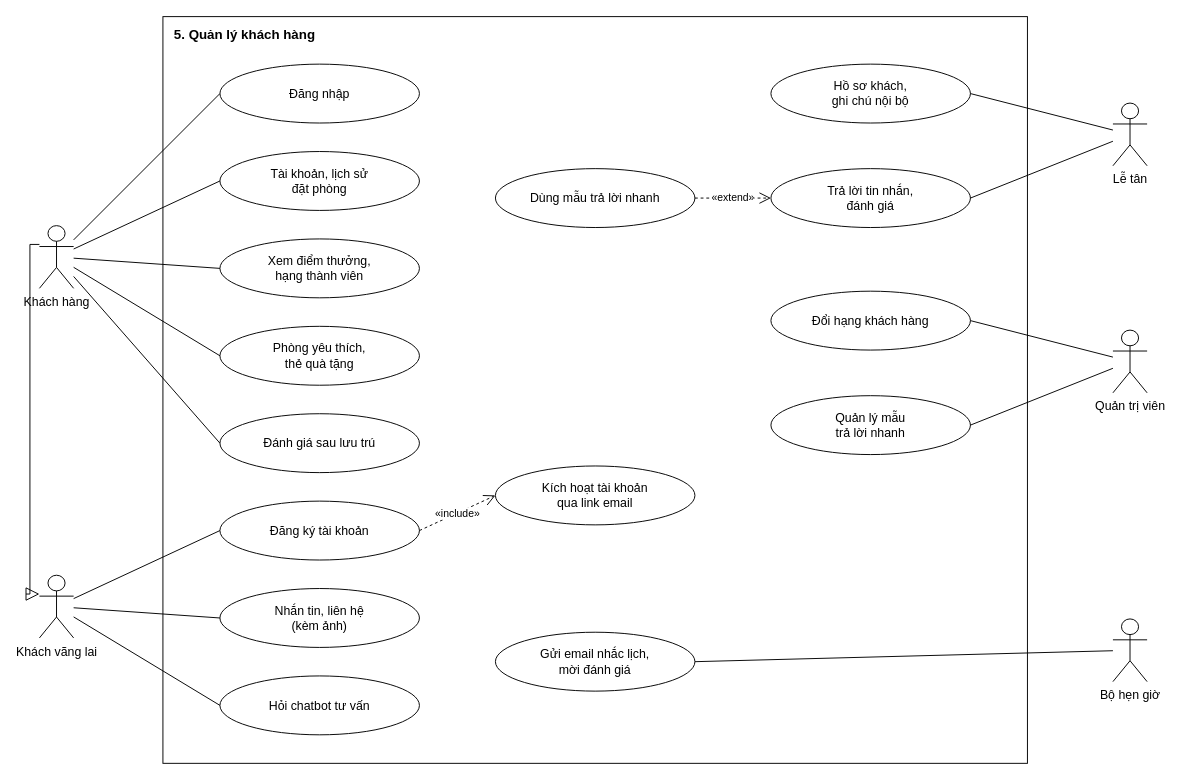
Above: docs/use-case/ucn5-khach-hang.drawio in ngynquchn2511/beach-hotel (draw.io), before the change. Source tidied: cells renumbered, new cells numbered last; positions are measured from the earlier drawing's top-left corner, leaving out a move shared by most shapes. Both pictures are drawn from the tidied source at 95%, with x=0, y=0 at pixel (39, 16).
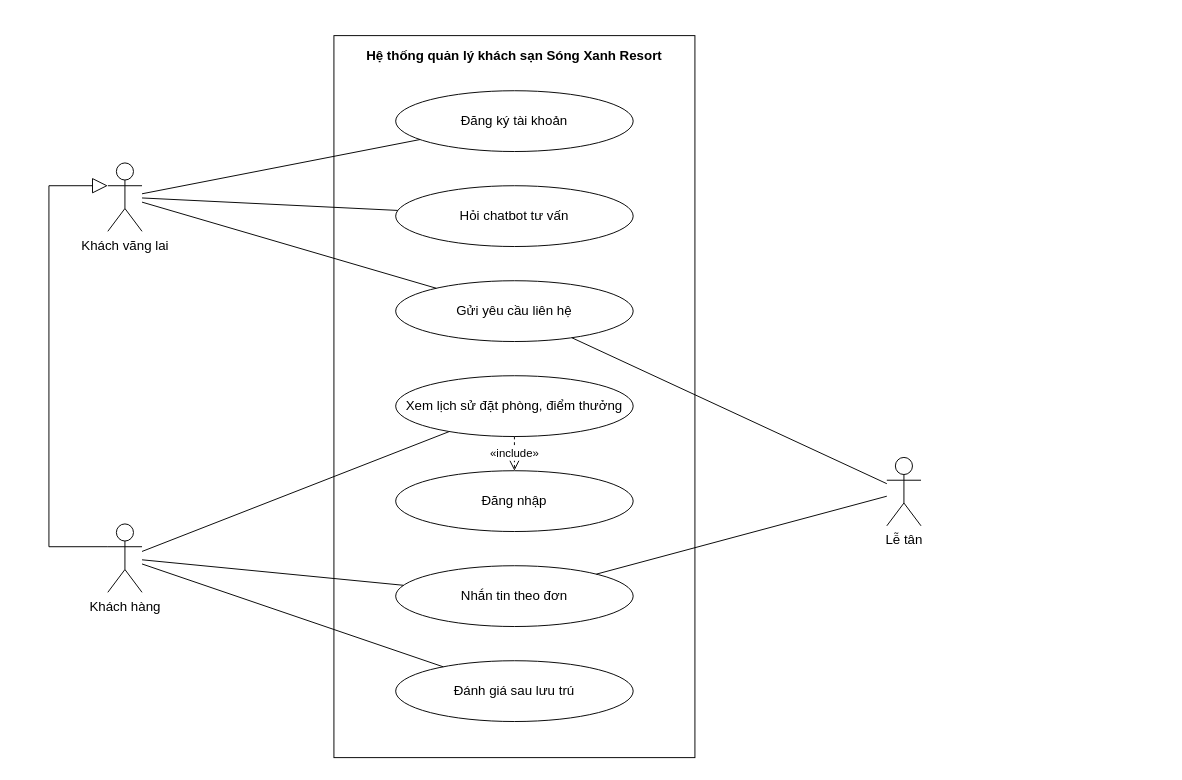
The same diagram, later.

The edit, as a diff of the source:
```diff
@@
-<mxGraphModel>
+<mxGraphModel background="#FFFFFF">
@@
-    <mxCell id="2" value="5. Quản lý khách hàng" style="fontFamily=Arial;fontColor=#000000;rounded=0;whiteSpace=wrap;html=1;fillColor=none;strokeColor=#000000;verticalAlign=top;align=left;spacingLeft=10;spacingTop=4;fontStyle=1;fontSize=14;" parent="1" vertex="1">
-      <mxGeometry x="130" width="910" height="786" as="geometry" />
-    </mxCell>
+    <mxCell id="39" value="Hệ thống quản lý khách sạn Sóng Xanh Resort" style="fontFamily=Arial;fontColor=#000000;rounded=0;whiteSpace=wrap;html=1;verticalAlign=top;fontStyle=1;fontSize=14;fillColor=none;strokeColor=#000000;spacingTop=6;" parent="1" vertex="1">
+      <mxGeometry x="310" y="20" width="380" height="760" as="geometry" />
+    </mxCell>
+    <mxCell id="8" value="Đăng ký tài khoản" style="fontFamily=Arial;fontColor=#000000;ellipse;whiteSpace=wrap;html=1;fillColor=#FFFFFF;strokeColor=#000000;fontSize=14;" parent="1" vertex="1">
+      <mxGeometry x="375" y="78" width="250" height="64" as="geometry" />
+    </mxCell>
+    <mxCell id="10" value="Hỏi chatbot tư vấn" style="fontFamily=Arial;fontColor=#000000;ellipse;whiteSpace=wrap;html=1;fillColor=#FFFFFF;strokeColor=#000000;fontSize=14;" parent="1" vertex="1">
+      <mxGeometry x="375" y="178" width="250" height="64" as="geometry" />
+    </mxCell>
+    <mxCell id="40" value="Gửi yêu cầu liên hệ" style="fontFamily=Arial;fontColor=#000000;ellipse;whiteSpace=wrap;html=1;fillColor=#FFFFFF;strokeColor=#000000;fontSize=14;" parent="1" vertex="1">
+      <mxGeometry x="375" y="278" width="250" height="64" as="geometry" />
+    </mxCell>
+    <mxCell id="41" value="Xem lịch sử đặt phòng, điểm thưởng" style="fontFamily=Arial;fontColor=#000000;ellipse;whiteSpace=wrap;html=1;fillColor=#FFFFFF;strokeColor=#000000;fontSize=14;" parent="1" vertex="1">
+      <mxGeometry x="375" y="378" width="250" height="64" as="geometry" />
+    </mxCell>
-    <mxCell id="3" value="Đăng nhập" style="fontFamily=Arial;fontColor=#000000;ellipse;whiteSpace=wrap;html=1;fillColor=#FFFFFF;strokeColor=#000000;fontSize=13;" parent="1" vertex="1">
-      <mxGeometry x="190" y="50" width="210" height="62" as="geometry" />
+    <mxCell id="3" value="Đăng nhập" style="fontFamily=Arial;fontColor=#000000;ellipse;whiteSpace=wrap;html=1;fillColor=#FFFFFF;strokeColor=#000000;fontSize=14;" parent="1" vertex="1">
+      <mxGeometry x="375" y="478" width="250" height="64" as="geometry" />
     </mxCell>
-    <mxCell id="4" value="Tài khoản, lịch sử&lt;br&gt;đặt phòng" style="fontFamily=Arial;fontColor=#000000;ellipse;whiteSpace=wrap;html=1;fillColor=#FFFFFF;strokeColor=#000000;fontSize=13;" parent="1" vertex="1">
-      <mxGeometry x="190" y="142" width="210" height="62" as="geometry" />
-    </mxCell>
-    <mxCell id="5" value="Xem điểm thưởng,&lt;br&gt;hạng thành viên" style="fontFamily=Arial;fontColor=#000000;ellipse;whiteSpace=wrap;html=1;fillColor=#FFFFFF;strokeColor=#000000;fontSize=13;" parent="1" vertex="1">
-      <mxGeometry x="190" y="234" width="210" height="62" as="geometry" />
-    </mxCell>
-    <mxCell id="6" value="Phòng yêu thích,&lt;br&gt;thẻ quà tặng" style="fontFamily=Arial;fontColor=#000000;ellipse;whiteSpace=wrap;html=1;fillColor=#FFFFFF;strokeColor=#000000;fontSize=13;" parent="1" vertex="1">
-      <mxGeometry x="190" y="326" width="210" height="62" as="geometry" />
-    </mxCell>
+    <mxCell id="42" value="Nhắn tin theo đơn" style="fontFamily=Arial;fontColor=#000000;ellipse;whiteSpace=wrap;html=1;fillColor=#FFFFFF;strokeColor=#000000;fontSize=14;" parent="1" vertex="1">
+      <mxGeometry x="375" y="578" width="250" height="64" as="geometry" />
+    </mxCell>
-    <mxCell id="7" value="Đánh giá sau lưu trú" style="fontFamily=Arial;fontColor=#000000;ellipse;whiteSpace=wrap;html=1;fillColor=#FFFFFF;strokeColor=#000000;fontSize=13;" parent="1" vertex="1">
-      <mxGeometry x="190" y="418" width="210" height="62" as="geometry" />
+    <mxCell id="7" value="Đánh giá sau lưu trú" style="fontFamily=Arial;fontColor=#000000;ellipse;whiteSpace=wrap;html=1;fillColor=#FFFFFF;strokeColor=#000000;fontSize=14;" parent="1" vertex="1">
+      <mxGeometry x="375" y="678" width="250" height="64" as="geometry" />
     </mxCell>
-    <mxCell id="8" value="Đăng ký tài khoản" style="fontFamily=Arial;fontColor=#000000;ellipse;whiteSpace=wrap;html=1;fillColor=#FFFFFF;strokeColor=#000000;fontSize=13;" parent="1" vertex="1">
-      <mxGeometry x="190" y="510" width="210" height="62" as="geometry" />
-    </mxCell>
-    <mxCell id="9" value="Nhắn tin, liên hệ&lt;br&gt;(kèm ảnh)" style="fontFamily=Arial;fontColor=#000000;ellipse;whiteSpace=wrap;html=1;fillColor=#FFFFFF;strokeColor=#000000;fontSize=13;" parent="1" vertex="1">
-      <mxGeometry x="190" y="602" width="210" height="62" as="geometry" />
-    </mxCell>
-    <mxCell id="10" value="Hỏi chatbot tư vấn" style="fontFamily=Arial;fontColor=#000000;ellipse;whiteSpace=wrap;html=1;fillColor=#FFFFFF;strokeColor=#000000;fontSize=13;" parent="1" vertex="1">
-      <mxGeometry x="190" y="694" width="210" height="62" as="geometry" />
-    </mxCell>
-    <mxCell id="11" value="Dùng mẫu trả lời nhanh" style="fontFamily=Arial;fontColor=#000000;ellipse;whiteSpace=wrap;html=1;fillColor=#FFFFFF;strokeColor=#000000;fontSize=13;" parent="1" vertex="1">
-      <mxGeometry x="480" y="160" width="210" height="62" as="geometry" />
-    </mxCell>
-    <mxCell id="12" value="Kích hoạt tài khoản&lt;br&gt;qua link email" style="fontFamily=Arial;fontColor=#000000;ellipse;whiteSpace=wrap;html=1;fillColor=#FFFFFF;strokeColor=#000000;fontSize=13;" parent="1" vertex="1">
-      <mxGeometry x="480" y="473" width="210" height="62" as="geometry" />
-    </mxCell>
-    <mxCell id="13" value="Gửi email nhắc lịch,&lt;br&gt;mời đánh giá" style="fontFamily=Arial;fontColor=#000000;ellipse;whiteSpace=wrap;html=1;fillColor=#FFFFFF;strokeColor=#000000;fontSize=13;" parent="1" vertex="1">
-      <mxGeometry x="480" y="648" width="210" height="62" as="geometry" />
-    </mxCell>
-    <mxCell id="14" value="Hồ sơ khách,&lt;br&gt;ghi chú nội bộ" style="fontFamily=Arial;fontColor=#000000;ellipse;whiteSpace=wrap;html=1;fillColor=#FFFFFF;strokeColor=#000000;fontSize=13;" parent="1" vertex="1">
-      <mxGeometry x="770" y="50" width="210" height="62" as="geometry" />
-    </mxCell>
-    <mxCell id="15" value="Trả lời tin nhắn,&lt;br&gt;đánh giá" style="fontFamily=Arial;fontColor=#000000;ellipse;whiteSpace=wrap;html=1;fillColor=#FFFFFF;strokeColor=#000000;fontSize=13;" parent="1" vertex="1">
-      <mxGeometry x="770" y="160" width="210" height="62" as="geometry" />
-    </mxCell>
-    <mxCell id="16" value="Đổi hạng khách hàng" style="fontFamily=Arial;fontColor=#000000;ellipse;whiteSpace=wrap;html=1;fillColor=#FFFFFF;strokeColor=#000000;fontSize=13;" parent="1" vertex="1">
-      <mxGeometry x="770" y="289" width="210" height="62" as="geometry" />
-    </mxCell>
-    <mxCell id="17" value="Quản lý mẫu&lt;br&gt;trả lời nhanh" style="fontFamily=Arial;fontColor=#000000;ellipse;whiteSpace=wrap;html=1;fillColor=#FFFFFF;strokeColor=#000000;fontSize=13;" parent="1" vertex="1">
-      <mxGeometry x="770" y="399" width="210" height="62" as="geometry" />
-    </mxCell>
+    <mxCell id="24" value="Khách vãng lai" style="fontFamily=Arial;fontColor=#000000;shape=umlActor;verticalLabelPosition=bottom;verticalAlign=top;html=1;outlineConnect=0;fillColor=#FFFFFF;strokeColor=#000000;fontSize=14;" parent="1" vertex="1">
+      <mxGeometry x="72" y="154" width="36" height="72" as="geometry" />
+    </mxCell>
-    <mxCell id="18" value="Khách hàng" style="fontFamily=Arial;fontColor=#000000;shape=umlActor;verticalLabelPosition=bottom;verticalAlign=top;html=1;outlineConnect=0;fillColor=#FFFFFF;strokeColor=#000000;fontSize=13;" parent="1" vertex="1">
-      <mxGeometry y="220" width="36" height="66" as="geometry" />
+    <mxCell id="18" value="Khách hàng" style="fontFamily=Arial;fontColor=#000000;shape=umlActor;verticalLabelPosition=bottom;verticalAlign=top;html=1;outlineConnect=0;fillColor=#FFFFFF;strokeColor=#000000;fontSize=14;" parent="1" vertex="1">
+      <mxGeometry x="72" y="534" width="36" height="72" as="geometry" />
     </mxCell>
-    <mxCell id="19" style="fontFamily=Arial;fontColor=#000000;endArrow=none;html=1;strokeColor=#000000;entryX=0;entryY=0.5;entryDx=0;entryDy=0;" parent="1" edge="1" source="18" target="3">
-      <mxGeometry relative="1" as="geometry" />
-    </mxCell>
-    <mxCell id="20" style="fontFamily=Arial;fontColor=#000000;endArrow=none;html=1;strokeColor=#000000;entryX=0;entryY=0.5;entryDx=0;entryDy=0;" parent="1" edge="1" source="18" target="4">
-      <mxGeometry relative="1" as="geometry" />
-    </mxCell>
-    <mxCell id="21" style="fontFamily=Arial;fontColor=#000000;endArrow=none;html=1;strokeColor=#000000;entryX=0;entryY=0.5;entryDx=0;entryDy=0;" parent="1" edge="1" source="18" target="5">
-      <mxGeometry relative="1" as="geometry" />
-    </mxCell>
-    <mxCell id="22" style="fontFamily=Arial;fontColor=#000000;endArrow=none;html=1;strokeColor=#000000;entryX=0;entryY=0.5;entryDx=0;entryDy=0;" parent="1" edge="1" source="18" target="6">
-      <mxGeometry relative="1" as="geometry" />
-    </mxCell>
+    <mxCell id="28" value="Lễ tân" style="fontFamily=Arial;fontColor=#000000;shape=umlActor;verticalLabelPosition=bottom;verticalAlign=top;html=1;outlineConnect=0;fillColor=#FFFFFF;strokeColor=#000000;fontSize=14;" parent="1" vertex="1">
+      <mxGeometry x="892" y="464" width="36" height="72" as="geometry" />
+    </mxCell>
+    <mxCell id="25" style="fontFamily=Arial;fontColor=#000000;endArrow=none;html=1;strokeColor=#000000;rounded=0;" parent="1" edge="1" source="24" target="8">
+      <mxGeometry relative="1" as="geometry" />
+    </mxCell>
+    <mxCell id="27" style="fontFamily=Arial;fontColor=#000000;endArrow=none;html=1;strokeColor=#000000;rounded=0;" parent="1" edge="1" source="24" target="10">
+      <mxGeometry relative="1" as="geometry" />
+    </mxCell>
+    <mxCell id="43" style="fontFamily=Arial;fontColor=#000000;endArrow=none;html=1;strokeColor=#000000;rounded=0;" parent="1" edge="1" source="24" target="40">
+      <mxGeometry relative="1" as="geometry" />
+    </mxCell>
+    <mxCell id="44" style="fontFamily=Arial;fontColor=#000000;endArrow=none;html=1;strokeColor=#000000;rounded=0;" parent="1" edge="1" source="18" target="41">
+      <mxGeometry relative="1" as="geometry" />
+    </mxCell>
+    <mxCell id="45" style="fontFamily=Arial;fontColor=#000000;endArrow=none;html=1;strokeColor=#000000;rounded=0;" parent="1" edge="1" source="18" target="42">
+      <mxGeometry relative="1" as="geometry" />
+    </mxCell>
-    <mxCell id="23" style="fontFamily=Arial;fontColor=#000000;endArrow=none;html=1;strokeColor=#000000;entryX=0;entryY=0.5;entryDx=0;entryDy=0;" parent="1" edge="1" source="18" target="7">
+    <mxCell id="23" style="fontFamily=Arial;fontColor=#000000;endArrow=none;html=1;strokeColor=#000000;rounded=0;" parent="1" edge="1" source="18" target="7">
       <mxGeometry relative="1" as="geometry" />
     </mxCell>
-    <mxCell id="24" value="Khách vãng lai" style="fontFamily=Arial;fontColor=#000000;shape=umlActor;verticalLabelPosition=bottom;verticalAlign=top;html=1;outlineConnect=0;fillColor=#FFFFFF;strokeColor=#000000;fontSize=13;" parent="1" vertex="1">
-      <mxGeometry y="588" width="36" height="66" as="geometry" />
-    </mxCell>
-    <mxCell id="25" style="fontFamily=Arial;fontColor=#000000;endArrow=none;html=1;strokeColor=#000000;entryX=0;entryY=0.5;entryDx=0;entryDy=0;" parent="1" edge="1" source="24" target="8">
-      <mxGeometry relative="1" as="geometry" />
-    </mxCell>
-    <mxCell id="26" style="fontFamily=Arial;fontColor=#000000;endArrow=none;html=1;strokeColor=#000000;entryX=0;entryY=0.5;entryDx=0;entryDy=0;" parent="1" edge="1" source="24" target="9">
-      <mxGeometry relative="1" as="geometry" />
-    </mxCell>
-    <mxCell id="27" style="fontFamily=Arial;fontColor=#000000;endArrow=none;html=1;strokeColor=#000000;entryX=0;entryY=0.5;entryDx=0;entryDy=0;" parent="1" edge="1" source="24" target="10">
-      <mxGeometry relative="1" as="geometry" />
-    </mxCell>
-    <mxCell id="28" value="Lễ tân" style="fontFamily=Arial;fontColor=#000000;shape=umlActor;verticalLabelPosition=bottom;verticalAlign=top;html=1;outlineConnect=0;fillColor=#FFFFFF;strokeColor=#000000;fontSize=13;" parent="1" vertex="1">
-      <mxGeometry x="1130" y="91" width="36" height="66" as="geometry" />
-    </mxCell>
-    <mxCell id="29" style="fontFamily=Arial;fontColor=#000000;endArrow=none;html=1;strokeColor=#000000;entryX=1;entryY=0.5;entryDx=0;entryDy=0;" parent="1" edge="1" source="28" target="14">
-      <mxGeometry relative="1" as="geometry" />
-    </mxCell>
-    <mxCell id="30" style="fontFamily=Arial;fontColor=#000000;endArrow=none;html=1;strokeColor=#000000;entryX=1;entryY=0.5;entryDx=0;entryDy=0;" parent="1" edge="1" source="28" target="15">
-      <mxGeometry relative="1" as="geometry" />
-    </mxCell>
-    <mxCell id="31" value="Quản trị viên" style="fontFamily=Arial;fontColor=#000000;shape=umlActor;verticalLabelPosition=bottom;verticalAlign=top;html=1;outlineConnect=0;fillColor=#FFFFFF;strokeColor=#000000;fontSize=13;" parent="1" vertex="1">
-      <mxGeometry x="1130" y="330" width="36" height="66" as="geometry" />
-    </mxCell>
-    <mxCell id="32" style="fontFamily=Arial;fontColor=#000000;endArrow=none;html=1;strokeColor=#000000;entryX=1;entryY=0.5;entryDx=0;entryDy=0;" parent="1" edge="1" source="31" target="16">
-      <mxGeometry relative="1" as="geometry" />
-    </mxCell>
-    <mxCell id="33" style="fontFamily=Arial;fontColor=#000000;endArrow=none;html=1;strokeColor=#000000;entryX=1;entryY=0.5;entryDx=0;entryDy=0;" parent="1" edge="1" source="31" target="17">
-      <mxGeometry relative="1" as="geometry" />
-    </mxCell>
-    <mxCell id="34" value="Bộ hẹn giờ" style="fontFamily=Arial;fontColor=#000000;shape=umlActor;verticalLabelPosition=bottom;verticalAlign=top;html=1;outlineConnect=0;fillColor=#FFFFFF;strokeColor=#000000;fontSize=13;" parent="1" vertex="1">
-      <mxGeometry x="1130" y="634" width="36" height="66" as="geometry" />
-    </mxCell>
-    <mxCell id="35" style="fontFamily=Arial;fontColor=#000000;endArrow=none;html=1;strokeColor=#000000;entryX=1;entryY=0.5;entryDx=0;entryDy=0;" parent="1" edge="1" source="34" target="13">
-      <mxGeometry relative="1" as="geometry" />
-    </mxCell>
+    <mxCell id="46" style="fontFamily=Arial;fontColor=#000000;endArrow=none;html=1;strokeColor=#000000;rounded=0;" parent="1" edge="1" source="28" target="40">
+      <mxGeometry relative="1" as="geometry" />
+    </mxCell>
+    <mxCell id="47" style="fontFamily=Arial;fontColor=#000000;endArrow=none;html=1;strokeColor=#000000;rounded=0;" parent="1" edge="1" source="28" target="42">
+      <mxGeometry relative="1" as="geometry" />
+    </mxCell>
-    <mxCell id="36" value="«include»" style="fontFamily=Arial;fontColor=#000000;endArrow=open;endSize=10;dashed=1;html=1;strokeColor=#000000;fontSize=11;labelBackgroundColor=#FFFFFF;exitX=1;exitY=0.5;entryX=0;entryY=0.5;exitDx=0;exitDy=0;entryDx=0;entryDy=0;" parent="1" edge="1" source="8" target="12">
+    <mxCell id="36" value="«include»" style="fontFamily=Arial;fontColor=#000000;endArrow=open;endSize=10;dashed=1;html=1;strokeColor=#000000;rounded=0;fontSize=12;labelBackgroundColor=#FFFFFF;exitX=0.5;exitY=1;exitDx=0;exitDy=0;exitPerimeter=0;entryX=0.5;entryY=0;entryDx=0;entryDy=0;entryPerimeter=0;" parent="1" edge="1" source="41" target="3">
       <mxGeometry relative="1" as="geometry" />
     </mxCell>
-    <mxCell id="37" value="«extend»" style="fontFamily=Arial;fontColor=#000000;endArrow=open;endSize=10;dashed=1;html=1;strokeColor=#000000;fontSize=11;labelBackgroundColor=#FFFFFF;exitX=1;exitY=0.5;entryX=0;entryY=0.5;exitDx=0;exitDy=0;entryDx=0;entryDy=0;" parent="1" edge="1" source="11" target="15">
-      <mxGeometry relative="1" as="geometry" />
-    </mxCell>
-    <mxCell id="38" style="fontFamily=Arial;fontColor=#000000;endArrow=block;endFill=0;endSize=12;html=1;strokeColor=#000000;edgeStyle=orthogonalEdgeStyle;rounded=0;exitX=0;exitY=0.3;entryX=0;entryY=0.3;exitDx=0;exitDy=0;entryDx=0;entryDy=0;" parent="1" edge="1" source="18" target="24">
-      <mxGeometry relative="1" as="geometry" />
+    <mxCell id="38" style="fontFamily=Arial;fontColor=#000000;endArrow=block;endSize=14;endFill=0;html=1;strokeColor=#000000;rounded=0;exitX=0;exitY=0.333;exitDx=0;exitDy=0;exitPerimeter=0;entryX=0;entryY=0.333;entryDx=0;entryDy=0;entryPerimeter=0;" parent="1" edge="1" source="18" target="24">
+      <mxGeometry relative="1" as="geometry">
+        <Array as="points">
+          <mxPoint x="10" y="558" />
+          <mxPoint x="10" y="178" />
+        </Array>
+      </mxGeometry>
     </mxCell>
```
